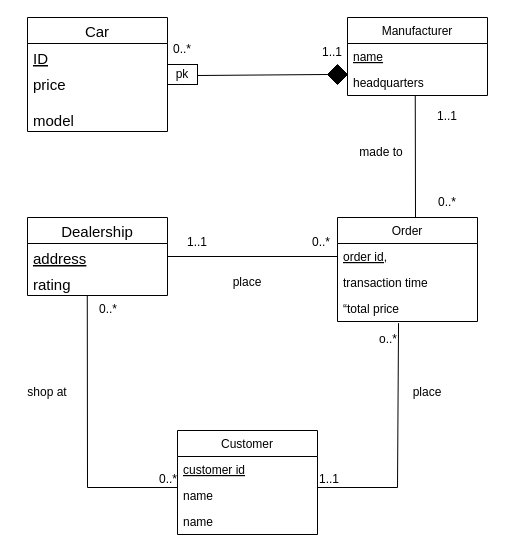
Earlier version of the draw.io diagram page "Page-2" (2 of 3) of ER.drawio (ZhuoruLi/gitdraw). Source tidied: cells renumbered, new cells numbered last; positions are measured from the earlier drawing's top-left corner, leaving out a move shared by most shapes. Both pictures are drawn from the tidied source at 100%, with x=0, y=0 at pixel (17, 17).
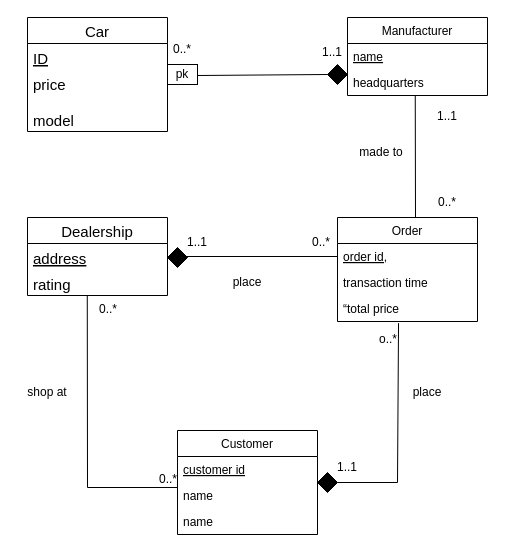
The same page after the edit.

The change refers to these unchanged cells:
```xml
<mxCell id="19" value="“total price" style="text;strokeColor=none;fillColor=none;align=left;verticalAlign=top;spacingLeft=4;spacingRight=4;overflow=hidden;points=[[0,0.5],[1,0.5]];portConstraint=eastwest;" parent="16" vertex="1">
  <mxGeometry y="78" width="140" height="26" as="geometry" />
</mxCell>
```

Change to the diagram source:
```diff
@@
-    <mxCell id="36" style="endArrow=none;html=1;rounded=0;entryX=0.436;entryY=1.062;entryDx=0;entryDy=0;entryPerimeter=0;" parent="1" edge="1" target="19">
+    <mxCell id="36" style="endArrow=none;html=1;rounded=0;entryX=0.436;entryY=1.062;entryDx=0;entryDy=0;entryPerimeter=0;startArrow=none;" parent="1" edge="1" source="41" target="19">
       <mxGeometry relative="1" as="geometry">
-        <mxPoint x="300" y="470" as="sourcePoint" />
         <Array as="points">
-          <mxPoint x="380" y="470" />
+          <mxPoint x="380" y="465" />
         </Array>
       </mxGeometry>
     </mxCell>
-    <mxCell id="37" value="1..1" style="html=1;align=left;verticalAlign=bottom;fillColor=#000000;" parent="36" vertex="1">
-      <mxGeometry x="-1" relative="1" as="geometry" />
-    </mxCell>
@@
+    <mxCell id="40" style="rhombus;whiteSpace=wrap;html=1;fillColor=#000000;" parent="1" vertex="1">
+      <mxGeometry x="150" y="230" width="20" height="20" as="geometry" />
+    </mxCell>
+    <mxCell id="41" style="rhombus;whiteSpace=wrap;html=1;fillColor=#000000;" parent="1" vertex="1">
+      <mxGeometry x="300" y="455" width="20" height="20" as="geometry" />
+    </mxCell>
+    <mxCell id="37" value="1..1" style="text;html=1;strokeColor=none;fillColor=none;align=center;verticalAlign=middle;whiteSpace=wrap;rounded=0;" parent="1" vertex="1">
+      <mxGeometry x="300" y="435" width="60" height="30" as="geometry" />
+    </mxCell>
```
